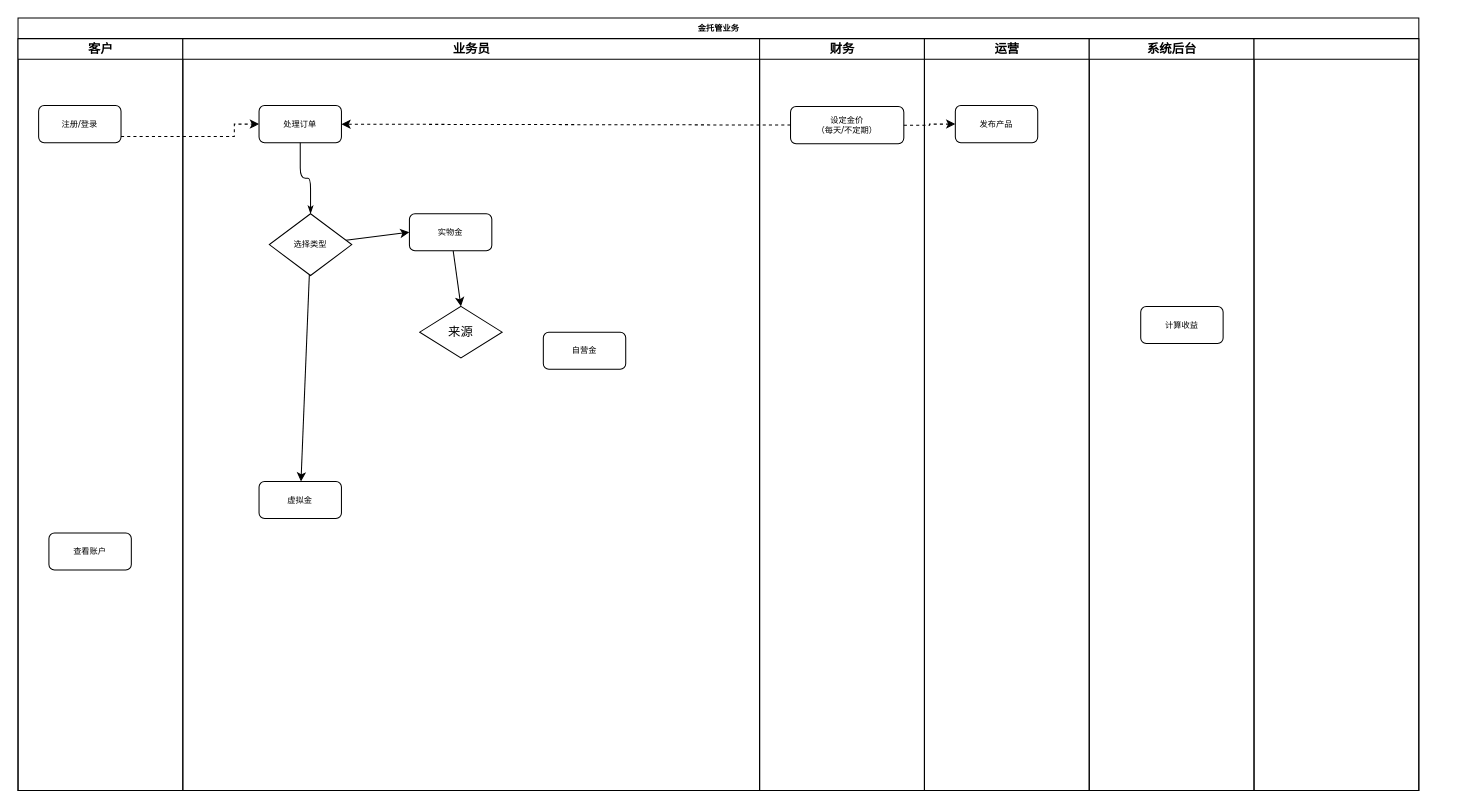
Above: page "Page-1" (1 of 2) of Untitled Diagram.drawio in ics86/ThisIsTest (draw.io), before the change. Source tidied: cells renumbered, new cells numbered last; positions are measured from the earlier drawing's top-left corner, leaving out a move shared by most shapes. Both pictures are drawn from the tidied source at 103%, with x=0, y=0 at pixel (18, 18).
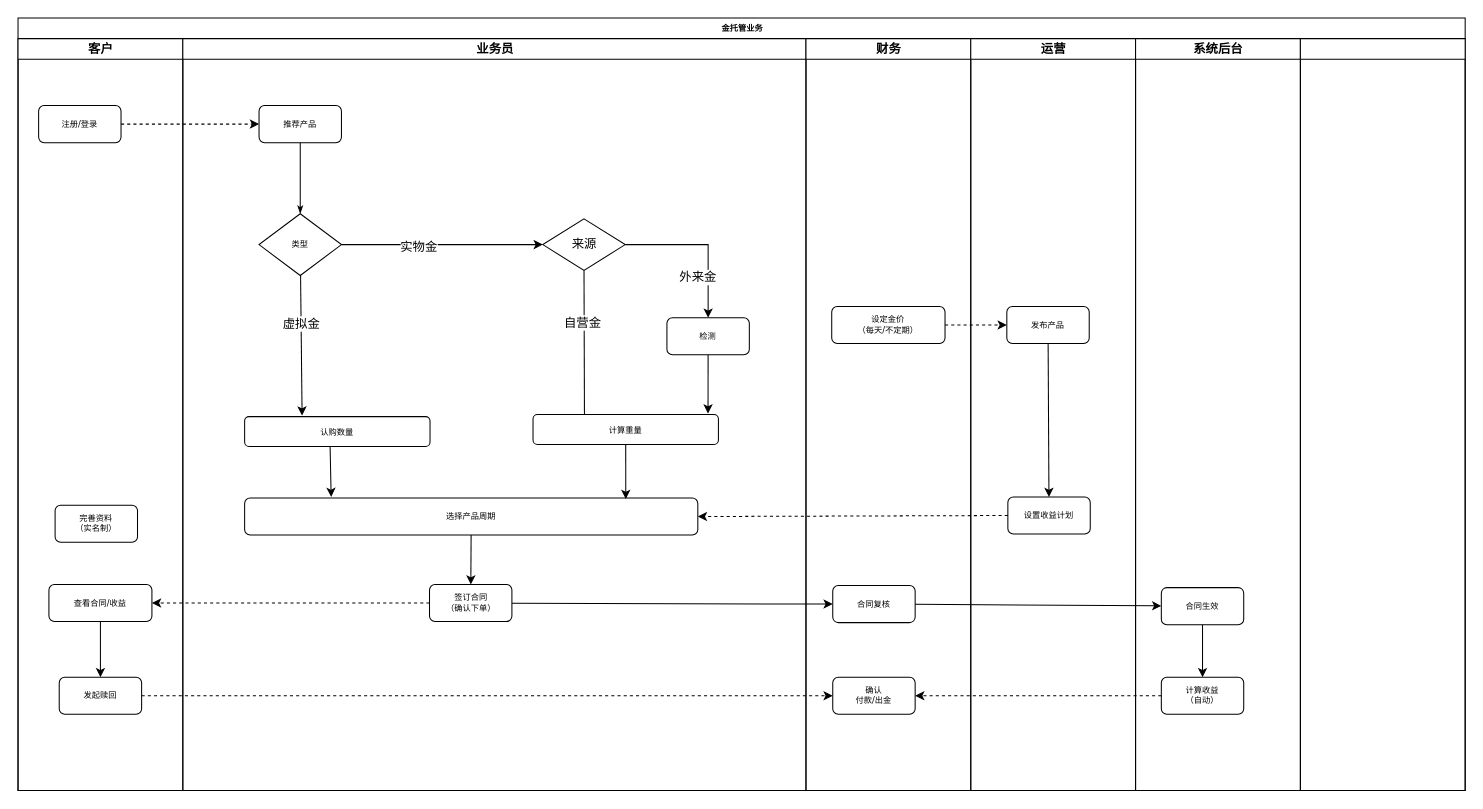
Above is the later version.

Unchanged cells that the change refers to:
```xml
<mxCell id="3" value="客户" style="swimlane;html=1;startSize=20;" parent="2" vertex="1">
  <mxGeometry y="20" width="160" height="730" as="geometry" />
</mxCell>
<mxCell id="7" value="注册/登录" style="rounded=1;whiteSpace=wrap;html=1;shadow=0;labelBackgroundColor=none;strokeColor=#000000;strokeWidth=1;fillColor=#ffffff;fontFamily=Verdana;fontSize=8;fontColor=#000000;align=center;" parent="5" vertex="1">
  <mxGeometry x="-140" y="65" width="80" height="36" as="geometry" />
</mxCell>
```

The edit, as a diff of the source:
```diff
@@
     <mxCell id="2" value="金托管业务" style="swimlane;html=1;startSize=20;rounded=0;shadow=0;labelBackgroundColor=none;strokeColor=#000000;strokeWidth=1;fillColor=#ffffff;fontFamily=Verdana;fontSize=8;fontColor=#000000;align=center;" parent="1" vertex="1">
-      <mxGeometry width="1360" height="750" as="geometry" />
+      <mxGeometry width="1405" height="750" as="geometry" />
     </mxCell>
@@
-    <mxCell id="4" value="查看账户" style="rounded=1;whiteSpace=wrap;html=1;shadow=0;labelBackgroundColor=none;strokeColor=#000000;strokeWidth=1;fillColor=#ffffff;fontFamily=Verdana;fontSize=8;fontColor=#000000;align=center;" parent="3" vertex="1">
-      <mxGeometry x="30" y="480" width="80" height="36" as="geometry" />
+    <mxCell id="4" value="完善资料&lt;br&gt;（实名制）" style="rounded=1;whiteSpace=wrap;html=1;shadow=0;labelBackgroundColor=none;strokeColor=#000000;strokeWidth=1;fillColor=#ffffff;fontFamily=Verdana;fontSize=8;fontColor=#000000;align=center;" parent="3" vertex="1">
+      <mxGeometry x="36" y="453" width="80" height="36" as="geometry" />
     </mxCell>
+    <mxCell id="27" style="edgeStyle=none;rounded=0;jettySize=auto;html=1;" parent="3" edge="1" source="28" target="29">
+      <mxGeometry relative="1" as="geometry" />
+    </mxCell>
+    <mxCell id="28" value="查看合同/收益" style="rounded=1;whiteSpace=wrap;html=1;shadow=0;labelBackgroundColor=none;strokeColor=#000000;strokeWidth=1;fillColor=#ffffff;fontFamily=Verdana;fontSize=8;fontColor=#000000;align=center;" parent="3" vertex="1">
+      <mxGeometry x="30" y="530" width="100" height="36" as="geometry" />
+    </mxCell>
+    <mxCell id="29" value="发起赎回" style="rounded=1;whiteSpace=wrap;html=1;shadow=0;labelBackgroundColor=none;strokeColor=#000000;strokeWidth=1;fillColor=#ffffff;fontFamily=Verdana;fontSize=8;fontColor=#000000;align=center;" parent="3" vertex="1">
+      <mxGeometry x="40" y="620" width="80" height="36" as="geometry" />
+    </mxCell>
     <mxCell id="5" value="业务员" style="swimlane;html=1;startSize=20;" parent="2" vertex="1">
-      <mxGeometry x="160" y="20" width="560" height="730" as="geometry" />
+      <mxGeometry x="160" y="20" width="605" height="730" as="geometry" />
     </mxCell>
     <mxCell id="6" style="edgeStyle=orthogonalEdgeStyle;rounded=0;jettySize=auto;html=1;entryX=0;entryY=0.5;entryDx=0;entryDy=0;dashed=1;" parent="5" edge="1" source="7" target="8">
       <mxGeometry relative="1" as="geometry">
         <Array as="points">
-          <mxPoint x="50" y="95" />
+          <mxPoint x="-10" y="83" />
+          <mxPoint x="-10" y="83" />
         </Array>
       </mxGeometry>
     </mxCell>
@@
-    <mxCell id="8" value="处理订单" style="rounded=1;whiteSpace=wrap;html=1;shadow=0;labelBackgroundColor=none;strokeColor=#000000;strokeWidth=1;fillColor=#ffffff;fontFamily=Verdana;fontSize=8;fontColor=#000000;align=center;" parent="5" vertex="1">
+    <mxCell id="8" value="推荐产品" style="rounded=1;whiteSpace=wrap;html=1;shadow=0;labelBackgroundColor=none;strokeColor=#000000;strokeWidth=1;fillColor=#ffffff;fontFamily=Verdana;fontSize=8;fontColor=#000000;align=center;" parent="5" vertex="1">
       <mxGeometry x="74" y="65" width="80" height="36" as="geometry" />
     </mxCell>
@@
-    <mxCell id="10" style="edgeStyle=none;rounded=0;jettySize=auto;html=1;" parent="5" edge="1" source="12" target="13">
+    <mxCell id="10" style="edgeStyle=none;rounded=0;jettySize=auto;html=1;entryX=0.31;entryY=-0.034;entryDx=0;entryDy=0;entryPerimeter=0;" parent="5" edge="1" source="12" target="38">
       <mxGeometry relative="1" as="geometry" />
     </mxCell>
-    <mxCell id="11" style="edgeStyle=none;rounded=0;jettySize=auto;html=1;entryX=0;entryY=0.5;entryDx=0;entryDy=0;" parent="5" edge="1" source="12" target="15">
-      <mxGeometry relative="1" as="geometry" />
-    </mxCell>
+    <mxCell id="13" value="虚拟金" style="text;html=1;points=[];align=center;verticalAlign=middle;labelBackgroundColor=#ffffff;" parent="10" vertex="1">
+      <mxGeometry x="-0.31" relative="1" as="geometry" />
+    </mxCell>
-    <mxCell id="12" value="选择类型" style="rhombus;whiteSpace=wrap;html=1;rounded=0;shadow=0;labelBackgroundColor=none;strokeColor=#000000;strokeWidth=1;fillColor=#ffffff;fontFamily=Verdana;fontSize=8;fontColor=#000000;align=center;" parent="5" vertex="1">
-      <mxGeometry x="84" y="170" width="80" height="60" as="geometry" />
+    <mxCell id="12" value="类型" style="rhombus;whiteSpace=wrap;html=1;rounded=0;shadow=0;labelBackgroundColor=none;strokeColor=#000000;strokeWidth=1;fillColor=#ffffff;fontFamily=Verdana;fontSize=8;fontColor=#000000;align=center;" parent="5" vertex="1">
+      <mxGeometry x="74" y="170" width="80" height="60" as="geometry" />
     </mxCell>
-    <mxCell id="13" value="虚拟金" style="rounded=1;whiteSpace=wrap;html=1;shadow=0;labelBackgroundColor=none;strokeColor=#000000;strokeWidth=1;fillColor=#ffffff;fontFamily=Verdana;fontSize=8;fontColor=#000000;align=center;" parent="5" vertex="1">
-      <mxGeometry x="74" y="430" width="80" height="36" as="geometry" />
-    </mxCell>
-    <mxCell id="14" style="edgeStyle=none;rounded=0;jettySize=auto;html=1;entryX=0.5;entryY=0;entryDx=0;entryDy=0;" parent="5" edge="1" source="15" target="16">
+    <mxCell id="14" style="edgeStyle=none;rounded=0;jettySize=auto;html=1;entryX=0;entryY=0.5;entryDx=0;entryDy=0;exitX=1;exitY=0.5;exitDx=0;exitDy=0;" parent="5" edge="1" source="12" target="16">
       <mxGeometry relative="1" as="geometry" />
     </mxCell>
-    <mxCell id="15" value="实物金" style="rounded=1;whiteSpace=wrap;html=1;shadow=0;labelBackgroundColor=none;strokeColor=#000000;strokeWidth=1;fillColor=#ffffff;fontFamily=Verdana;fontSize=8;fontColor=#000000;align=center;" parent="5" vertex="1">
-      <mxGeometry x="220" y="170" width="80" height="36" as="geometry" />
+    <mxCell id="15" value="实物金" style="text;html=1;points=[];align=center;verticalAlign=middle;labelBackgroundColor=#ffffff;" parent="14" vertex="1">
+      <mxGeometry x="-0.24" y="-2" relative="1" as="geometry" />
     </mxCell>
+    <mxCell id="30" style="edgeStyle=none;rounded=0;jettySize=auto;html=1;entryX=0.5;entryY=0;entryDx=0;entryDy=0;exitX=1;exitY=0.5;exitDx=0;exitDy=0;" parent="5" edge="1" source="16" target="35">
+      <mxGeometry relative="1" as="geometry">
+        <Array as="points">
+          <mxPoint x="510" y="200" />
+        </Array>
+      </mxGeometry>
+    </mxCell>
+    <mxCell id="31" value="外来金" style="text;html=1;align=center;verticalAlign=middle;labelBackgroundColor=#ffffff;" parent="30" vertex="1">
+      <mxGeometry x="-0.1" y="-31" relative="1" as="geometry">
+        <mxPoint x="2" as="offset" />
+      </mxGeometry>
+    </mxCell>
+    <mxCell id="32" style="edgeStyle=none;rounded=0;jettySize=auto;html=1;exitX=0.5;exitY=1;exitDx=0;exitDy=0;" parent="5" edge="1" source="16">
+      <mxGeometry relative="1" as="geometry">
+        <mxPoint x="390" y="390" as="targetPoint" />
+      </mxGeometry>
+    </mxCell>
+    <mxCell id="17" value="自营金" style="text;html=1;align=center;verticalAlign=middle;labelBackgroundColor=#ffffff;" parent="32" vertex="1">
+      <mxGeometry x="-0.39" y="-2" relative="1" as="geometry" />
+    </mxCell>
     <mxCell id="16" value="来源" style="rhombus;whiteSpace=wrap;html=1;" parent="5" vertex="1">
-      <mxGeometry x="230" y="260" width="80" height="50" as="geometry" />
+      <mxGeometry x="349.5" y="175" width="80" height="50" as="geometry" />
     </mxCell>
-    <mxCell id="17" value="自营金" style="rounded=1;whiteSpace=wrap;html=1;shadow=0;labelBackgroundColor=none;strokeColor=#000000;strokeWidth=1;fillColor=#ffffff;fontFamily=Verdana;fontSize=8;fontColor=#000000;align=center;" parent="5" vertex="1">
-      <mxGeometry x="350" y="285" width="80" height="36" as="geometry" />
-    </mxCell>
+    <mxCell id="33" value="签订合同&lt;br&gt;（确认下单）" style="rounded=1;whiteSpace=wrap;html=1;shadow=0;labelBackgroundColor=none;strokeColor=#000000;strokeWidth=1;fillColor=#ffffff;fontFamily=Verdana;fontSize=8;fontColor=#000000;align=center;" parent="5" vertex="1">
+      <mxGeometry x="239.5" y="530" width="80" height="36" as="geometry" />
+    </mxCell>
+    <mxCell id="34" style="edgeStyle=none;rounded=0;jettySize=auto;html=1;entryX=0.944;entryY=-0.034;entryDx=0;entryDy=0;entryPerimeter=0;" parent="5" edge="1" source="35" target="39">
+      <mxGeometry relative="1" as="geometry" />
+    </mxCell>
+    <mxCell id="35" value="检测" style="rounded=1;whiteSpace=wrap;html=1;shadow=0;labelBackgroundColor=none;strokeColor=#000000;strokeWidth=1;fillColor=#ffffff;fontFamily=Verdana;fontSize=8;fontColor=#000000;align=center;" parent="5" vertex="1">
+      <mxGeometry x="470" y="271" width="80" height="36" as="geometry" />
+    </mxCell>
+    <mxCell id="36" style="edgeStyle=none;rounded=0;jettySize=auto;html=1;" parent="5" edge="1" source="37" target="33">
+      <mxGeometry relative="1" as="geometry" />
+    </mxCell>
+    <mxCell id="37" value="选择产品周期" style="rounded=1;whiteSpace=wrap;html=1;shadow=0;labelBackgroundColor=none;strokeColor=#000000;strokeWidth=1;fillColor=#ffffff;fontFamily=Verdana;fontSize=8;fontColor=#000000;align=center;" parent="5" vertex="1">
+      <mxGeometry x="60" y="446" width="440" height="36" as="geometry" />
+    </mxCell>
+    <mxCell id="38" value="认购数量" style="rounded=1;whiteSpace=wrap;html=1;shadow=0;labelBackgroundColor=none;strokeColor=#000000;strokeWidth=1;fillColor=#ffffff;fontFamily=Verdana;fontSize=8;fontColor=#000000;align=center;" parent="5" vertex="1">
+      <mxGeometry x="60" y="367" width="180" height="29" as="geometry" />
+    </mxCell>
+    <mxCell id="39" value="计算重量" style="rounded=1;whiteSpace=wrap;html=1;shadow=0;labelBackgroundColor=none;strokeColor=#000000;strokeWidth=1;fillColor=#ffffff;fontFamily=Verdana;fontSize=8;fontColor=#000000;align=center;" parent="5" vertex="1">
+      <mxGeometry x="340" y="365" width="180" height="29" as="geometry" />
+    </mxCell>
+    <mxCell id="40" style="edgeStyle=none;rounded=0;jettySize=auto;html=1;exitX=0.461;exitY=1;exitDx=0;exitDy=0;exitPerimeter=0;entryX=0.191;entryY=-0.028;entryDx=0;entryDy=0;entryPerimeter=0;" parent="5" edge="1" source="38" target="37">
+      <mxGeometry relative="1" as="geometry" />
+    </mxCell>
+    <mxCell id="41" style="edgeStyle=none;rounded=0;jettySize=auto;html=1;exitX=0.5;exitY=1;exitDx=0;exitDy=0;entryX=0.841;entryY=0.028;entryDx=0;entryDy=0;entryPerimeter=0;" parent="5" edge="1" source="39" target="37">
+      <mxGeometry relative="1" as="geometry" />
+    </mxCell>
     <mxCell id="18" value="财务" style="swimlane;html=1;startSize=20;" parent="2" vertex="1">
-      <mxGeometry x="720" y="20" width="160" height="730" as="geometry" />
+      <mxGeometry x="765" y="20" width="160" height="730" as="geometry" />
     </mxCell>
     <mxCell id="19" value="设定金价&lt;br&gt;（每天/不定期）" style="rounded=1;whiteSpace=wrap;html=1;shadow=0;labelBackgroundColor=none;strokeColor=#000000;strokeWidth=1;fillColor=#ffffff;fontFamily=Verdana;fontSize=8;fontColor=#000000;align=center;" parent="18" vertex="1">
-      <mxGeometry x="30" y="66" width="110" height="36" as="geometry" />
+      <mxGeometry x="25" y="260" width="110" height="36" as="geometry" />
     </mxCell>
+    <mxCell id="42" value="合同复核" style="rounded=1;whiteSpace=wrap;html=1;shadow=0;labelBackgroundColor=none;strokeColor=#000000;strokeWidth=1;fillColor=#ffffff;fontFamily=Verdana;fontSize=8;fontColor=#000000;align=center;" parent="18" vertex="1">
+      <mxGeometry x="26" y="531" width="80" height="36" as="geometry" />
+    </mxCell>
+    <mxCell id="43" value="确认&lt;br&gt;付款/出金" style="rounded=1;whiteSpace=wrap;html=1;shadow=0;labelBackgroundColor=none;strokeColor=#000000;strokeWidth=1;fillColor=#ffffff;fontFamily=Verdana;fontSize=8;fontColor=#000000;align=center;" parent="18" vertex="1">
+      <mxGeometry x="26" y="620" width="80" height="36" as="geometry" />
+    </mxCell>
     <mxCell id="20" value="运营" style="swimlane;html=1;startSize=20;" parent="2" vertex="1">
-      <mxGeometry x="880" y="20" width="160" height="730" as="geometry" />
+      <mxGeometry x="925" y="20" width="160" height="730" as="geometry" />
     </mxCell>
+    <mxCell id="44" style="edgeStyle=none;rounded=0;jettySize=auto;html=1;" parent="20" edge="1" source="21" target="45">
+      <mxGeometry relative="1" as="geometry" />
+    </mxCell>
     <mxCell id="21" value="发布产品" style="rounded=1;whiteSpace=wrap;html=1;shadow=0;labelBackgroundColor=none;strokeColor=#000000;strokeWidth=1;fillColor=#ffffff;fontFamily=Verdana;fontSize=8;fontColor=#000000;align=center;" parent="20" vertex="1">
-      <mxGeometry x="30" y="65" width="80" height="36" as="geometry" />
+      <mxGeometry x="35" y="260" width="80" height="36" as="geometry" />
     </mxCell>
+    <mxCell id="45" value="设置收益计划" style="rounded=1;whiteSpace=wrap;html=1;shadow=0;labelBackgroundColor=none;strokeColor=#000000;strokeWidth=1;fillColor=#ffffff;fontFamily=Verdana;fontSize=8;fontColor=#000000;align=center;" parent="20" vertex="1">
+      <mxGeometry x="36" y="445" width="80" height="36" as="geometry" />
+    </mxCell>
     <mxCell id="22" value="系统后台" style="swimlane;html=1;startSize=20;" parent="2" vertex="1">
-      <mxGeometry x="1040" y="20" width="160" height="730" as="geometry" />
+      <mxGeometry x="1085" y="20" width="160" height="730" as="geometry" />
     </mxCell>
-    <mxCell id="23" value="计算收益" style="rounded=1;whiteSpace=wrap;html=1;shadow=0;labelBackgroundColor=none;strokeColor=#000000;strokeWidth=1;fillColor=#ffffff;fontFamily=Verdana;fontSize=8;fontColor=#000000;align=center;" parent="22" vertex="1">
-      <mxGeometry x="50" y="260" width="80" height="36" as="geometry" />
+    <mxCell id="23" value="计算收益&lt;br&gt;（自动）" style="rounded=1;whiteSpace=wrap;html=1;shadow=0;labelBackgroundColor=none;strokeColor=#000000;strokeWidth=1;fillColor=#ffffff;fontFamily=Verdana;fontSize=8;fontColor=#000000;align=center;" parent="22" vertex="1">
+      <mxGeometry x="25" y="620" width="80" height="36" as="geometry" />
     </mxCell>
+    <mxCell id="46" style="edgeStyle=none;rounded=0;jettySize=auto;html=1;entryX=0.5;entryY=0;entryDx=0;entryDy=0;" parent="22" edge="1" source="47" target="23">
+      <mxGeometry relative="1" as="geometry" />
+    </mxCell>
+    <mxCell id="47" value="合同生效" style="rounded=1;whiteSpace=wrap;html=1;shadow=0;labelBackgroundColor=none;strokeColor=#000000;strokeWidth=1;fillColor=#ffffff;fontFamily=Verdana;fontSize=8;fontColor=#000000;align=center;" parent="22" vertex="1">
+      <mxGeometry x="25" y="533" width="80" height="36" as="geometry" />
+    </mxCell>
     <mxCell id="24" style="swimlane;html=1;startSize=20;" parent="2" vertex="1">
-      <mxGeometry x="1200" y="20" width="160" height="730" as="geometry" />
+      <mxGeometry x="1245" y="20" width="160" height="730" as="geometry" />
     </mxCell>
+    <mxCell id="48" style="edgeStyle=none;rounded=0;jettySize=auto;html=1;entryX=0;entryY=0.5;entryDx=0;entryDy=0;" parent="2" edge="1" source="33" target="42">
+      <mxGeometry relative="1" as="geometry" />
+    </mxCell>
+    <mxCell id="49" style="edgeStyle=none;rounded=0;jettySize=auto;html=1;" parent="2" edge="1" source="42" target="47">
+      <mxGeometry relative="1" as="geometry" />
+    </mxCell>
+    <mxCell id="50" style="edgeStyle=none;rounded=0;jettySize=auto;html=1;dashed=1;" parent="2" edge="1" source="33" target="28">
+      <mxGeometry relative="1" as="geometry" />
+    </mxCell>
+    <mxCell id="51" style="edgeStyle=none;rounded=0;jettySize=auto;html=1;dashed=1;" parent="2" edge="1" source="29" target="43">
+      <mxGeometry relative="1" as="geometry" />
+    </mxCell>
-    <mxCell id="25" style="edgeStyle=orthogonalEdgeStyle;rounded=0;jettySize=auto;html=1;dashed=1;" parent="2" edge="1" source="19" target="21">
+    <mxCell id="25" style="edgeStyle=none;rounded=0;jettySize=auto;html=1;entryX=0;entryY=0.5;entryDx=0;entryDy=0;dashed=1;exitX=1;exitY=0.5;exitDx=0;exitDy=0;" parent="2" edge="1" source="19" target="21">
       <mxGeometry relative="1" as="geometry" />
     </mxCell>
-    <mxCell id="26" style="edgeStyle=none;rounded=0;jettySize=auto;html=1;dashed=1;" parent="2" edge="1" source="19" target="8">
-      <mxGeometry relative="1" as="geometry" />
-    </mxCell>
+    <mxCell id="52" style="edgeStyle=none;rounded=0;jettySize=auto;html=1;entryX=1;entryY=0.5;entryDx=0;entryDy=0;dashed=1;" parent="2" edge="1" source="23" target="43">
+      <mxGeometry relative="1" as="geometry" />
+    </mxCell>
+    <mxCell id="53" style="edgeStyle=none;rounded=0;jettySize=auto;html=1;entryX=1;entryY=0.5;entryDx=0;entryDy=0;exitX=0;exitY=0.5;exitDx=0;exitDy=0;dashed=1;" parent="2" edge="1" source="45" target="37">
+      <mxGeometry relative="1" as="geometry" />
+    </mxCell>
```
